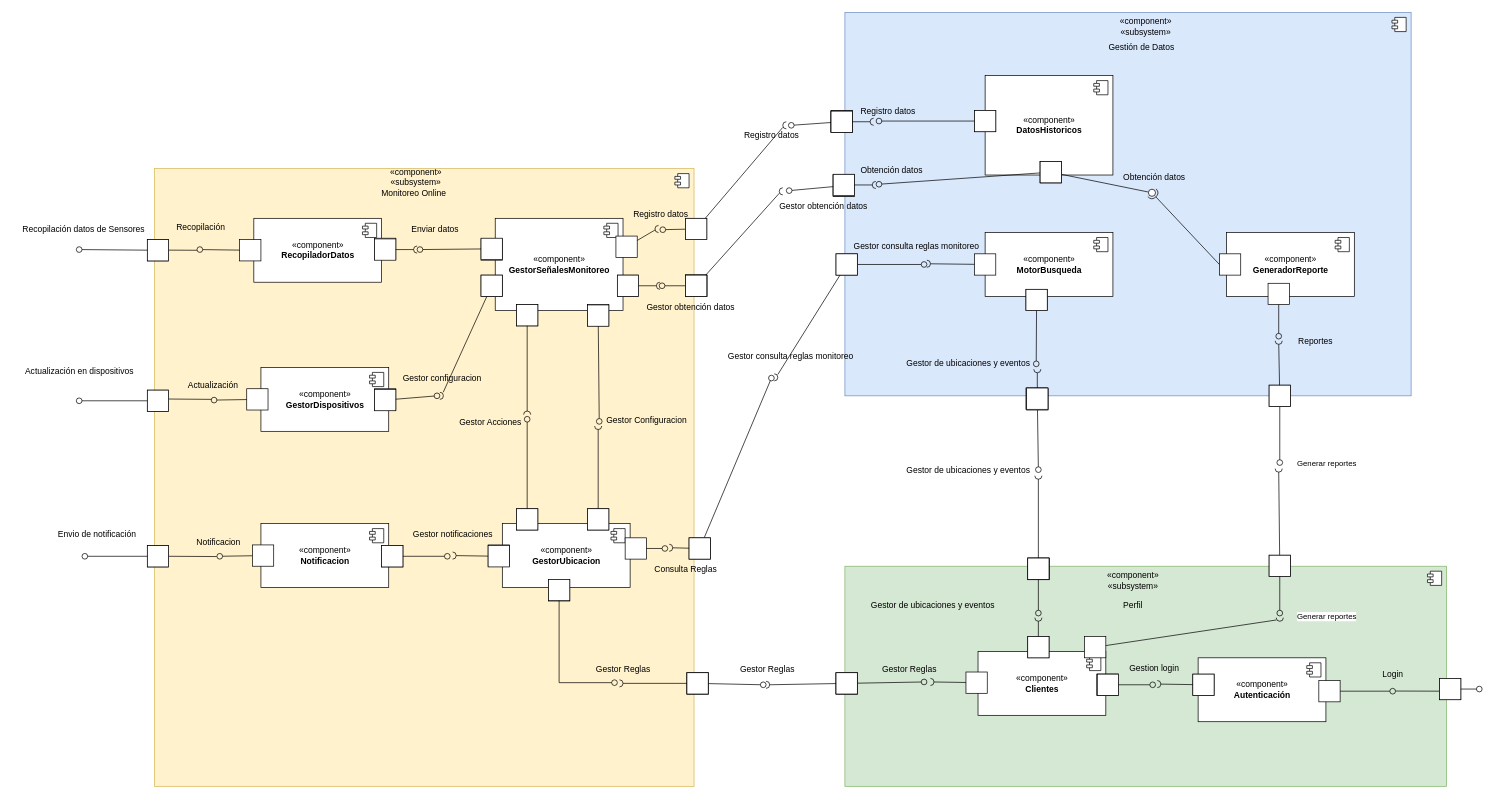
This is MODELOS/Diagrama funcional.drawio from david-lyon-uniandes/ABC-PROJECT-ARQUITECTURA, a draw.io file, before an edit. Source tidied: cells renumbered, new cells numbered last; positions are measured from the earlier drawing's top-left corner, leaving out a move shared by most shapes. Both pictures are drawn from the tidied source at 71%, with x=0, y=0 at pixel (12, 12).
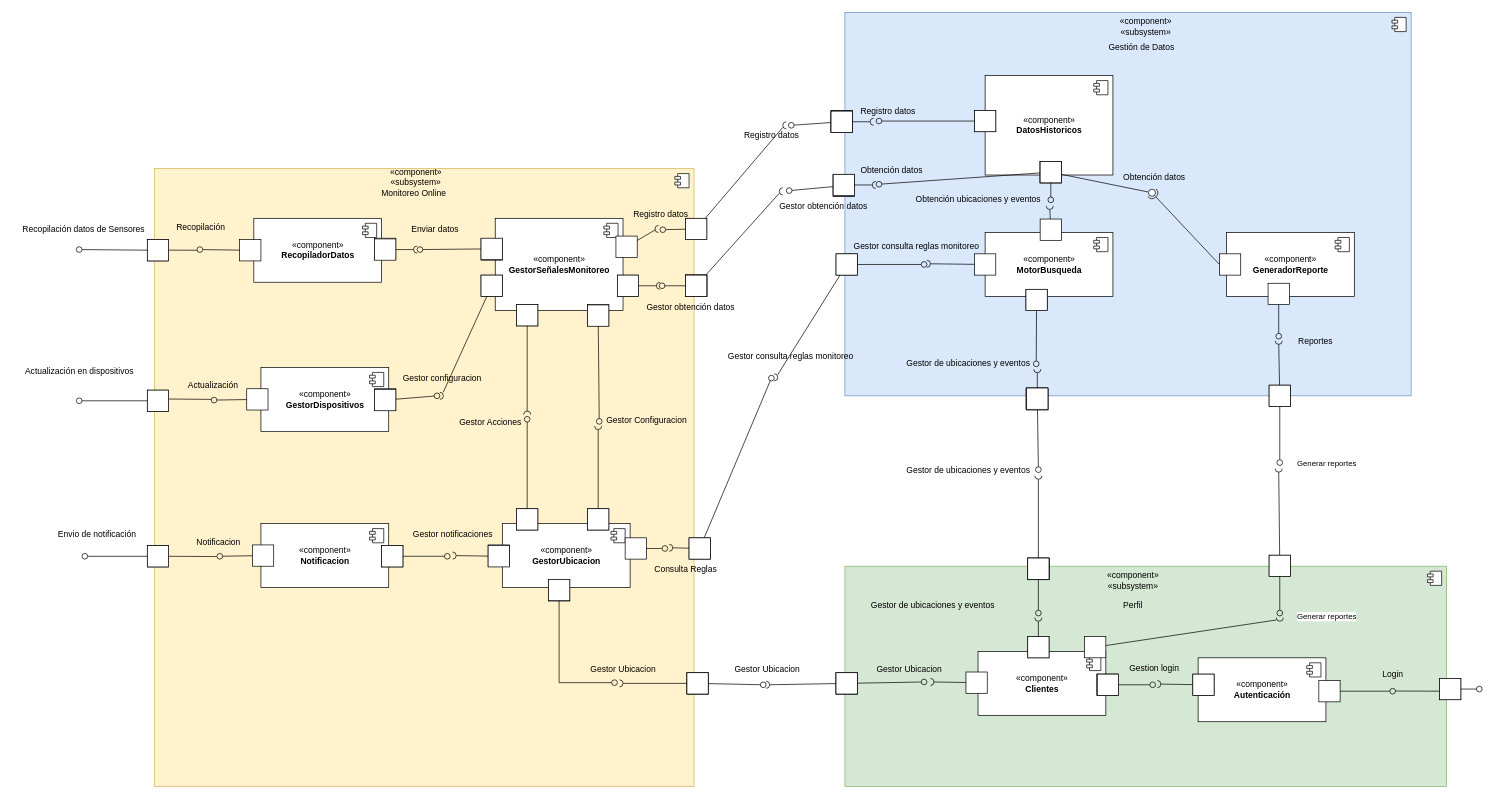
Above is the later version.

What changed in the source:
```diff
@@
-    <mxCell id="54" value="Gestor Reglas" style="text;html=1;align=center;verticalAlign=middle;strokeColor=none;fillColor=none;" parent="1" vertex="1">
-      <mxGeometry x="1012.5" y="910" width="100" height="30" as="geometry" />
+    <mxCell id="54" value="Gestor Ubicacion" style="text;html=1;align=center;verticalAlign=middle;strokeColor=none;fillColor=none;" parent="1" vertex="1">
+      <mxGeometry x="1002.5" y="910" width="120" height="30" as="geometry" />
     </mxCell>
@@
-    <mxCell id="56" value="Gestor Reglas" style="text;html=1;align=center;verticalAlign=middle;strokeColor=none;fillColor=none;" parent="1" vertex="1">
-      <mxGeometry x="810" y="910" width="100" height="30" as="geometry" />
+    <mxCell id="56" value="Gestor Ubicacion" style="text;html=1;align=center;verticalAlign=middle;strokeColor=none;fillColor=none;" parent="1" vertex="1">
+      <mxGeometry x="800" y="910" width="120" height="30" as="geometry" />
     </mxCell>
-    <mxCell id="57" value="Gestor Reglas" style="text;html=1;align=center;verticalAlign=middle;strokeColor=none;fillColor=none;" parent="1" vertex="1">
-      <mxGeometry x="1212.5" y="910" width="100" height="30" as="geometry" />
+    <mxCell id="57" value="Gestor Ubicacion" style="text;html=1;align=center;verticalAlign=middle;strokeColor=none;fillColor=none;" parent="1" vertex="1">
+      <mxGeometry x="1202.5" y="910" width="120" height="30" as="geometry" />
     </mxCell>
@@
+    <mxCell id="279" style="html=1;rounded=0;" parent="1" vertex="1">
+      <mxGeometry x="1447.5" y="291" width="30" height="30" as="geometry" />
+    </mxCell>
+    <mxCell id="280" style="endArrow=none;html=1;rounded=0;align=center;verticalAlign=top;endFill=0;labelBackgroundColor=none;endSize=2;" parent="1" edge="1" source="279" target="281">
+      <mxGeometry relative="1" as="geometry" />
+    </mxCell>
+    <mxCell id="281" style="shape=requiredInterface;html=1;fontSize=11;align=center;fillColor=none;points=[];verticalAlign=bottom;labelPosition=center;verticalLabelPosition=top;flipH=1;rotation=0;direction=south;" parent="1" vertex="1">
+      <mxGeometry x="1456" y="272.5" width="10" height="5" as="geometry" />
+    </mxCell>
+    <mxCell id="282" style="html=1;rounded=0;" parent="1" vertex="1">
+      <mxGeometry x="1447.5" y="210" width="30" height="30" as="geometry" />
+    </mxCell>
+    <mxCell id="283" style="endArrow=none;html=1;rounded=0;align=center;verticalAlign=top;endFill=0;labelBackgroundColor=none;endSize=2;" parent="1" edge="1" source="282" target="284">
+      <mxGeometry relative="1" as="geometry" />
+    </mxCell>
+    <mxCell id="284" style="ellipse;html=1;fontSize=11;align=center;fillColor=none;points=[];verticalAlign=bottom;labelPosition=center;verticalLabelPosition=top;flipH=1;" parent="1" vertex="1">
+      <mxGeometry x="1458.5" y="260" width="8" height="8" as="geometry" />
+    </mxCell>
+    <mxCell id="285" value="Obtención ubicaciones y eventos" style="text;html=1;align=center;verticalAlign=middle;strokeColor=none;fillColor=none;" parent="1" vertex="1">
+      <mxGeometry x="1260" y="249" width="200" height="30" as="geometry" />
+    </mxCell>
```
